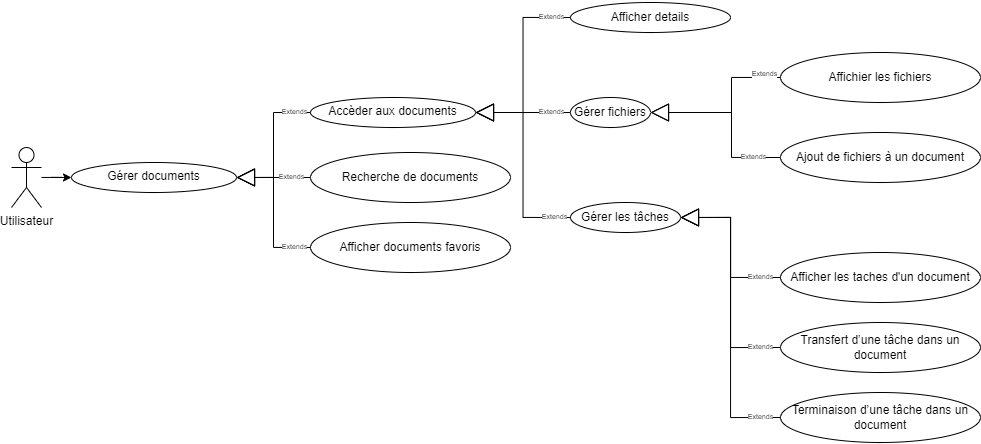
Before: images_pfe/use_case_documents_sprint_3.png, a diagram exported from draw.io (PFE-Neoledge-2023/rapport). Source tidied: cells renumbered, new cells last; positions are measured from the earlier drawing's top-left corner, leaving out a move shared by most shapes.
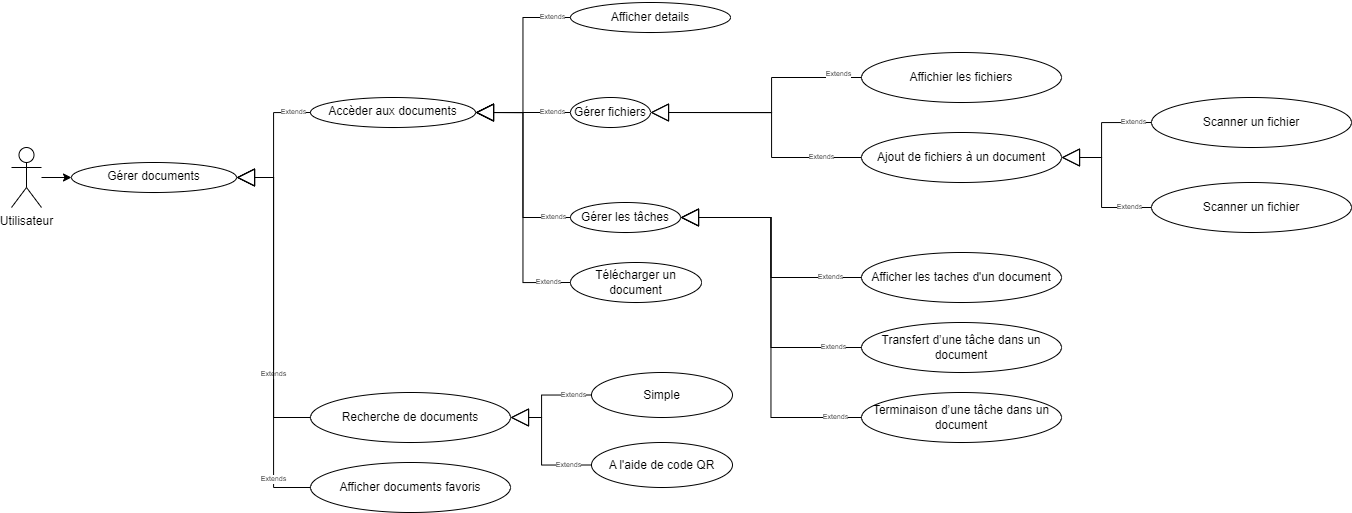
The same file after the commit.

Commit message:
udpate usecase

What changed in the source:
```diff
@@ -20,25 +20,25 @@
     <mxCell id="7" value="Extends" style="endArrow=block;endSize=16;endFill=0;html=1;rounded=0;exitX=0;exitY=0.5;exitDx=0;exitDy=0;entryX=1;entryY=0.5;entryDx=0;entryDy=0;strokeColor=default;edgeStyle=orthogonalEdgeStyle;fontSize=7;" parent="1" edge="1" source="8" target="13">
       <mxGeometry x="-0.69" relative="1" as="geometry">
         <Array as="points">
-          <mxPoint x="720" y="155" />
-          <mxPoint x="720" y="110" />
+          <mxPoint x="760" y="155" />
+          <mxPoint x="760" y="110" />
         </Array>
       </mxGeometry>
     </mxCell>
     <mxCell id="8" value="&lt;div&gt;Ajout de fichiers&amp;nbsp;&lt;span style=&quot;background-color: initial;&quot;&gt;à un document&lt;/span&gt;&lt;/div&gt;" style="ellipse;whiteSpace=wrap;html=1;" parent="1" vertex="1">
-      <mxGeometry x="769" y="130" width="200" height="50" as="geometry" />
+      <mxGeometry x="850" y="130" width="200" height="50" as="geometry" />
     </mxCell>
     <mxCell id="9" value="Recherche de documents" style="ellipse;whiteSpace=wrap;html=1;" parent="1" vertex="1">
-      <mxGeometry x="299" y="150" width="200" height="50" as="geometry" />
+      <mxGeometry x="299" y="390" width="200" height="50" as="geometry" />
     </mxCell>
     <mxCell id="10" value="Aﬀicher documents favoris" style="ellipse;whiteSpace=wrap;html=1;" parent="1" vertex="1">
-      <mxGeometry x="299" y="220" width="200" height="50" as="geometry" />
+      <mxGeometry x="299" y="460" width="200" height="50" as="geometry" />
     </mxCell>
     <mxCell id="11" value="Terminaison&amp;nbsp;d’une tâche dans&amp;nbsp;&lt;span style=&quot;border-color: var(--border-color); background-color: initial;&quot;&gt;un document&lt;/span&gt;" style="ellipse;whiteSpace=wrap;html=1;" parent="1" vertex="1">
-      <mxGeometry x="769" y="390" width="200" height="50" as="geometry" />
+      <mxGeometry x="850" y="390" width="200" height="50" as="geometry" />
     </mxCell>
     <mxCell id="12" value="Transfert d’une tâche dans&amp;nbsp;&lt;span style=&quot;border-color: var(--border-color); background-color: initial;&quot;&gt;un document&lt;/span&gt;" style="ellipse;whiteSpace=wrap;html=1;" parent="1" vertex="1">
-      <mxGeometry x="769" y="320" width="200" height="50" as="geometry" />
+      <mxGeometry x="850" y="320" width="200" height="50" as="geometry" />
     </mxCell>
     <mxCell id="13" value="Gérer fichiers" style="ellipse;whiteSpace=wrap;html=1;" parent="1" vertex="1">
       <mxGeometry x="559" y="95" width="80" height="30" as="geometry" />
@@ -47,7 +47,7 @@
       <mxGeometry x="559" y="200" width="110" height="30" as="geometry" />
     </mxCell>
     <mxCell id="15" value="&lt;div&gt;Afficher les taches d'un document&lt;/div&gt;" style="ellipse;whiteSpace=wrap;html=1;" parent="1" vertex="1">
-      <mxGeometry x="769" y="250" width="200" height="50" as="geometry" />
+      <mxGeometry x="850" y="250" width="200" height="50" as="geometry" />
     </mxCell>
     <mxCell id="16" value="Extends" style="endArrow=block;endSize=16;endFill=0;html=1;rounded=0;exitX=0;exitY=0.5;exitDx=0;exitDy=0;entryX=1;entryY=0.5;entryDx=0;entryDy=0;strokeColor=default;edgeStyle=orthogonalEdgeStyle;fontSize=7;" parent="1" edge="1" source="11" target="14">
       <mxGeometry x="-0.87" relative="1" as="geometry" />
@@ -71,13 +71,13 @@
       <mxGeometry x="-0.77" relative="1" as="geometry" />
     </mxCell>
     <mxCell id="23" value="&lt;div&gt;Affichier les fichiers&lt;/div&gt;" style="ellipse;whiteSpace=wrap;html=1;" parent="1" vertex="1">
-      <mxGeometry x="769" y="50" width="200" height="50" as="geometry" />
+      <mxGeometry x="850" y="50" width="200" height="50" as="geometry" />
     </mxCell>
     <mxCell id="24" value="Extends" style="endArrow=block;endSize=16;endFill=0;html=1;rounded=0;exitX=0;exitY=0.5;exitDx=0;exitDy=0;entryX=1;entryY=0.5;entryDx=0;entryDy=0;strokeColor=default;edgeStyle=orthogonalEdgeStyle;fontSize=7;" parent="1" edge="1" source="23" target="13">
       <mxGeometry x="-0.81" y="-3" relative="1" as="geometry">
         <Array as="points">
-          <mxPoint x="720" y="75" />
-          <mxPoint x="720" y="110" />
+          <mxPoint x="760" y="75" />
+          <mxPoint x="760" y="110" />
         </Array>
       </mxGeometry>
     </mxCell>
@@ -87,5 +87,55 @@
     <mxCell id="26" value="Extends" style="endArrow=block;endSize=16;endFill=0;html=1;rounded=0;exitX=0;exitY=0.5;exitDx=0;exitDy=0;edgeStyle=orthogonalEdgeStyle;entryX=1;entryY=0.5;entryDx=0;entryDy=0;jumpSize=3;fontSize=7;" parent="1" edge="1" source="4" target="25">
       <mxGeometry x="-0.76" relative="1" as="geometry" />
     </mxCell>
+    <mxCell id="27" value="Extends" style="endArrow=block;endSize=16;endFill=0;html=1;rounded=0;entryX=1;entryY=0.5;entryDx=0;entryDy=0;strokeColor=default;edgeStyle=orthogonalEdgeStyle;fontSize=7;exitX=0;exitY=0.5;exitDx=0;exitDy=0;" parent="1" edge="1" source="28" target="4">
+      <mxGeometry x="-0.83" relative="1" as="geometry" />
+    </mxCell>
+    <mxCell id="28" value="Télécharger un document" style="ellipse;whiteSpace=wrap;html=1;" parent="1" vertex="1">
+      <mxGeometry x="559" y="260" width="131" height="40" as="geometry" />
+    </mxCell>
+    <mxCell id="29" value="Extends" style="endArrow=block;endSize=16;endFill=0;html=1;rounded=0;entryX=1;entryY=0.5;entryDx=0;entryDy=0;strokeColor=default;edgeStyle=orthogonalEdgeStyle;fontSize=7;exitX=0;exitY=0.5;exitDx=0;exitDy=0;" parent="1" edge="1" source="30" target="9">
+      <mxGeometry x="-0.65" relative="1" as="geometry">
+        <Array as="points">
+          <mxPoint x="530" y="463" />
+          <mxPoint x="530" y="415" />
+        </Array>
+      </mxGeometry>
+    </mxCell>
+    <mxCell id="30" value="A l'aide de code QR" style="ellipse;whiteSpace=wrap;html=1;" parent="1" vertex="1">
+      <mxGeometry x="580" y="440" width="141" height="45" as="geometry" />
+    </mxCell>
+    <mxCell id="31" value="Simple" style="ellipse;whiteSpace=wrap;html=1;" parent="1" vertex="1">
+      <mxGeometry x="580" y="370" width="141" height="45" as="geometry" />
+    </mxCell>
+    <mxCell id="32" value="Extends" style="endArrow=block;endSize=16;endFill=0;html=1;rounded=0;entryX=1;entryY=0.5;entryDx=0;entryDy=0;strokeColor=default;edgeStyle=orthogonalEdgeStyle;fontSize=7;exitX=0;exitY=0.5;exitDx=0;exitDy=0;" parent="1" edge="1" source="31" target="9">
+      <mxGeometry x="-0.65" relative="1" as="geometry">
+        <Array as="points">
+          <mxPoint x="530" y="393" />
+          <mxPoint x="530" y="415" />
+        </Array>
+      </mxGeometry>
+    </mxCell>
+    <mxCell id="33" value="Extends" style="endArrow=block;endSize=16;endFill=0;html=1;rounded=0;exitX=0;exitY=0.5;exitDx=0;exitDy=0;strokeColor=default;edgeStyle=orthogonalEdgeStyle;fontSize=7;entryX=1;entryY=0.5;entryDx=0;entryDy=0;startArrow=none;" parent="1" edge="1" source="34" target="8">
+      <mxGeometry x="-0.69" relative="1" as="geometry">
+        <Array as="points">
+          <mxPoint x="1090" y="205" />
+          <mxPoint x="1090" y="155" />
+        </Array>
+      </mxGeometry>
+    </mxCell>
+    <mxCell id="34" value="&lt;div&gt;Scanner un fichier&lt;/div&gt;" style="ellipse;whiteSpace=wrap;html=1;" parent="1" vertex="1">
+      <mxGeometry x="1140" y="180" width="200" height="50" as="geometry" />
+    </mxCell>
+    <mxCell id="35" value="&lt;div&gt;Scanner un fichier&lt;/div&gt;" style="ellipse;whiteSpace=wrap;html=1;" parent="1" vertex="1">
+      <mxGeometry x="1140" y="95" width="200" height="50" as="geometry" />
+    </mxCell>
+    <mxCell id="36" value="Extends" style="endArrow=block;endSize=16;endFill=0;html=1;rounded=0;exitX=0;exitY=0.5;exitDx=0;exitDy=0;strokeColor=default;edgeStyle=orthogonalEdgeStyle;fontSize=7;entryX=1;entryY=0.5;entryDx=0;entryDy=0;startArrow=none;" parent="1" edge="1" source="35" target="8">
+      <mxGeometry x="-0.69" relative="1" as="geometry">
+        <Array as="points">
+          <mxPoint x="1090" y="120" />
+          <mxPoint x="1090" y="155" />
+        </Array>
+      </mxGeometry>
+    </mxCell>
   </root>
 </mxGraphModel>
```
